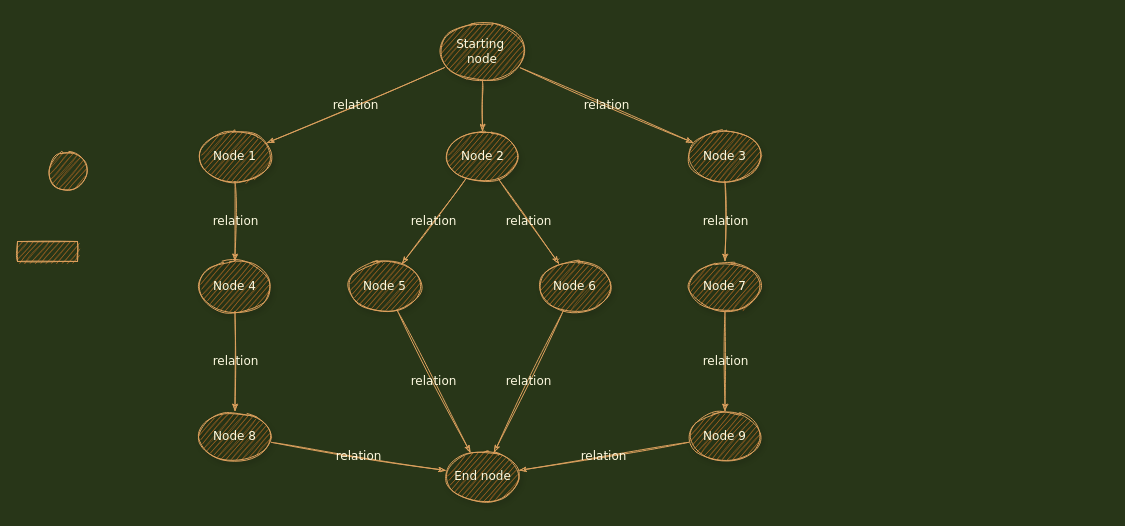
The draw.io diagram Untitled Diagram.drawio in NoelCarlton/hello-world, before the edit. Source tidied: cells renumbered, new cells numbered last; positions are measured from the earlier drawing's top-left corner, leaving out a move shared by most shapes. Both pictures are drawn from the tidied source at 100%, with x=0, y=0 at pixel (17, 21).
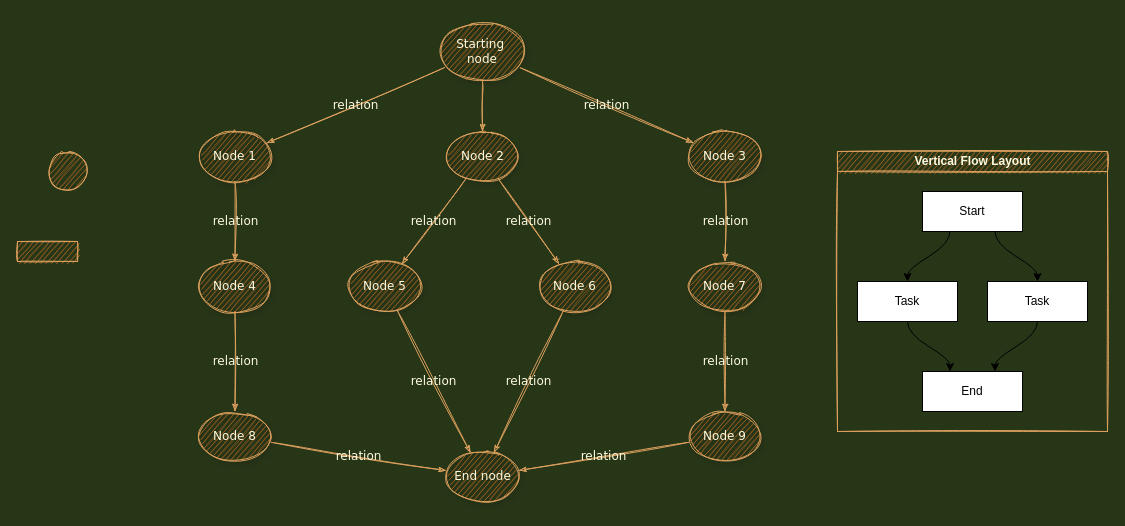
Above is the later version.

Diff of the diagram source:
```diff
@@
+    <mxCell id="28" value="Vertical Flow Layout" style="swimlane;html=1;startSize=20;horizontal=1;flowOrientation=north;interRankCellSpacing=50;containerType=tree;rounded=0;sketch=1;strokeColor=#DDA15E;fillColor=#BC6C25;fontColor=#FEFAE0;" parent="1" vertex="1">
+      <mxGeometry x="820" y="130" width="270" height="280" as="geometry" />
+    </mxCell>
+    <mxCell id="29" value="Start" style="whiteSpace=wrap;html=1;" parent="28" vertex="1">
+      <mxGeometry x="85" y="40" width="100" height="40" as="geometry" />
+    </mxCell>
+    <mxCell id="30" value="Task" style="whiteSpace=wrap;html=1;" parent="28" vertex="1">
+      <mxGeometry x="20" y="130" width="100" height="40" as="geometry" />
+    </mxCell>
+    <mxCell id="31" style="html=1;curved=1;noEdgeStyle=1;orthogonal=1;" parent="28" edge="1" source="29" target="30">
+      <mxGeometry relative="1" as="geometry">
+        <Array as="points">
+          <mxPoint x="112.5" y="92" />
+          <mxPoint x="70" y="118" />
+        </Array>
+      </mxGeometry>
+    </mxCell>
+    <mxCell id="32" value="Task" style="whiteSpace=wrap;html=1;" parent="28" vertex="1">
+      <mxGeometry x="150" y="130" width="100" height="40" as="geometry" />
+    </mxCell>
+    <mxCell id="33" style="html=1;curved=1;noEdgeStyle=1;orthogonal=1;" parent="28" edge="1" source="29" target="32">
+      <mxGeometry relative="1" as="geometry">
+        <Array as="points">
+          <mxPoint x="157.5" y="92" />
+          <mxPoint x="200" y="118" />
+        </Array>
+      </mxGeometry>
+    </mxCell>
+    <mxCell id="34" value="End" style="whiteSpace=wrap;html=1;" parent="28" vertex="1">
+      <mxGeometry x="85" y="220" width="100" height="40" as="geometry" />
+    </mxCell>
+    <mxCell id="35" style="html=1;curved=1;noEdgeStyle=1;orthogonal=1;" parent="28" edge="1" source="30" target="34">
+      <mxGeometry relative="1" as="geometry">
+        <Array as="points">
+          <mxPoint x="70" y="182" />
+          <mxPoint x="112.5" y="208" />
+        </Array>
+      </mxGeometry>
+    </mxCell>
+    <mxCell id="36" style="html=1;curved=1;noEdgeStyle=1;orthogonal=1;" parent="28" edge="1" source="32" target="34">
+      <mxGeometry relative="1" as="geometry">
+        <Array as="points">
+          <mxPoint x="200" y="182" />
+          <mxPoint x="157.5" y="208" />
+        </Array>
+      </mxGeometry>
+    </mxCell>
```
